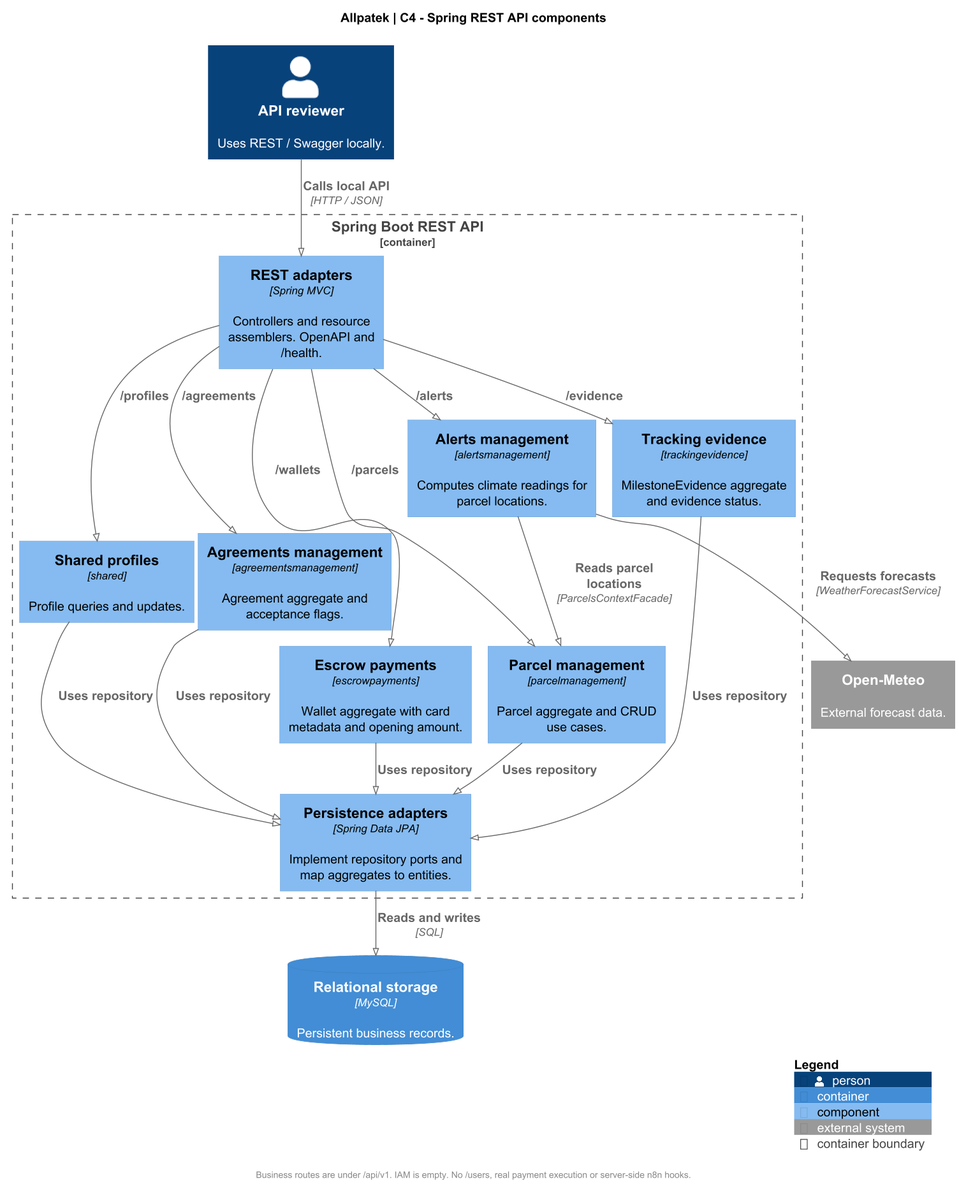
This is assets/chapter-04/architecture/04-api-components.png from upc-pre-202620-1asi0729-7753-Terranova/allpatek-report, a PlantUML export, as it was before one commit.
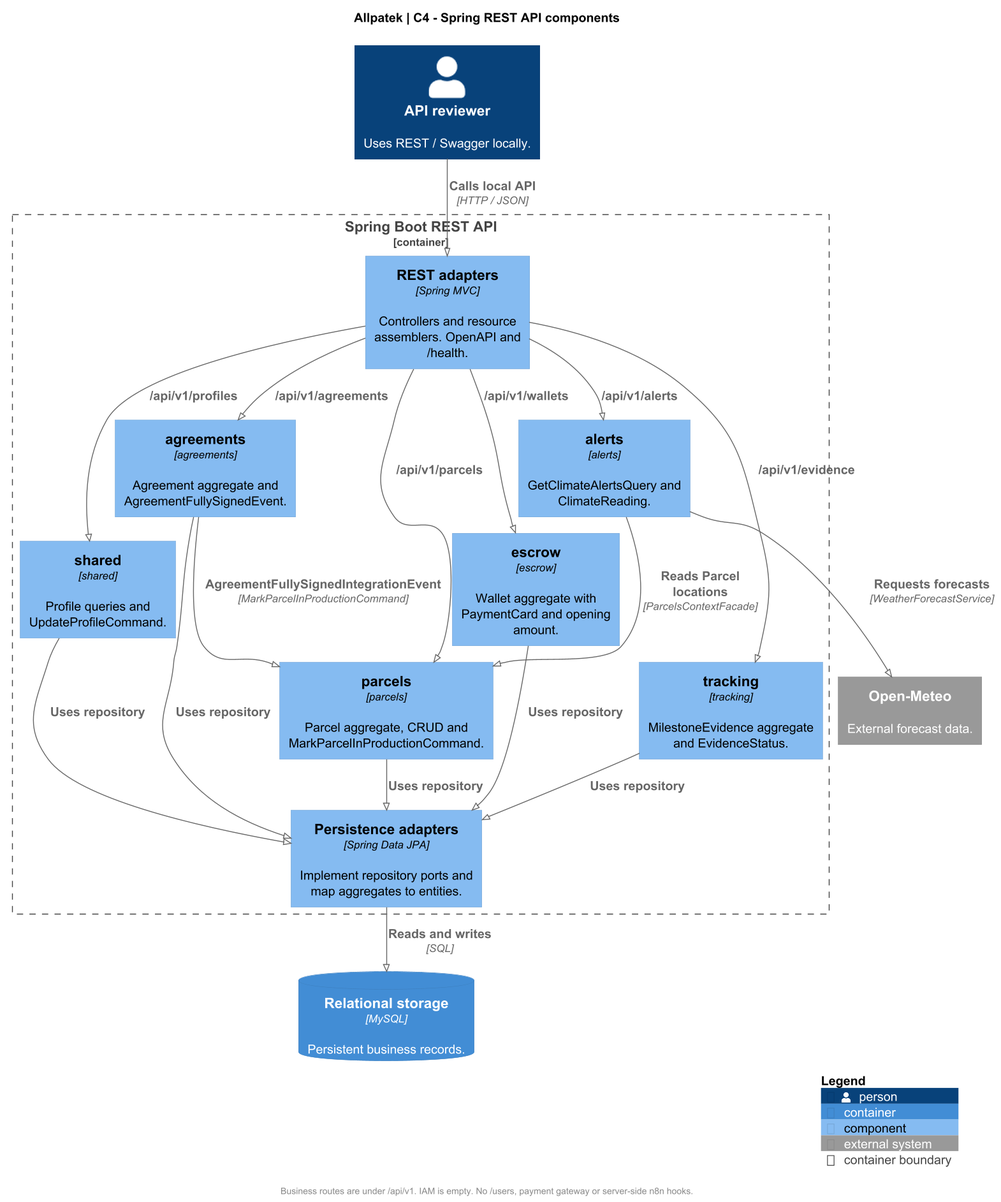
After the commit.

Commit message:
docs(architecture): map Spring C4 components to Java packages

Diff of the diagram source:
```diff
@@ -14,12 +14,12 @@
 
 Container_Boundary(api, "Spring Boot REST API") {
   Component(rest, "REST adapters", "Spring MVC", "Controllers and resource assemblers. OpenAPI and /health.")
-  Component(profiles, "Shared profiles", "shared", "Profile queries and updates.")
-  Component(land, "Parcel management", "parcelmanagement", "Parcel aggregate and CRUD use cases.")
-  Component(agreements, "Agreements management", "agreementsmanagement", "Agreement aggregate and acceptance flags.")
-  Component(wallets, "Escrow payments", "escrowpayments", "Wallet aggregate with card metadata and opening amount.")
-  Component(evidence, "Tracking evidence", "trackingevidence", "MilestoneEvidence aggregate and evidence status.")
-  Component(alerts, "Alerts management", "alertsmanagement", "Computes climate readings for parcel locations.")
+  Component(profiles, "shared", "shared", "Profile queries and UpdateProfileCommand.")
+  Component(land, "parcels", "parcels", "Parcel aggregate, CRUD and MarkParcelInProductionCommand.")
+  Component(agreements, "agreements", "agreements", "Agreement aggregate and AgreementFullySignedEvent.")
+  Component(wallets, "escrow", "escrow", "Wallet aggregate with PaymentCard and opening amount.")
+  Component(evidence, "tracking", "tracking", "MilestoneEvidence aggregate and EvidenceStatus.")
+  Component(alerts, "alerts", "alerts", "GetClimateAlertsQuery and ClimateReading.")
   Component(persistence, "Persistence adapters", "Spring Data JPA", "Implement repository ports and map aggregates to entities.")
 }
 
@@ -27,22 +27,23 @@
 System_Ext(weather, "Open-Meteo", "External forecast data.")
 
 Rel(reviewer, rest, "Calls local API", "HTTP / JSON")
-Rel(rest, profiles, "/profiles")
-Rel(rest, land, "/parcels")
-Rel(rest, agreements, "/agreements")
-Rel(rest, wallets, "/wallets")
-Rel(rest, evidence, "/evidence")
-Rel(rest, alerts, "/alerts")
+Rel(rest, profiles, "/api/v1/profiles")
+Rel(rest, land, "/api/v1/parcels")
+Rel(rest, agreements, "/api/v1/agreements")
+Rel(rest, wallets, "/api/v1/wallets")
+Rel(rest, evidence, "/api/v1/evidence")
+Rel(rest, alerts, "/api/v1/alerts")
 
 Rel(profiles, persistence, "Uses repository")
 Rel(land, persistence, "Uses repository")
 Rel(agreements, persistence, "Uses repository")
 Rel(wallets, persistence, "Uses repository")
 Rel(evidence, persistence, "Uses repository")
-Rel(alerts, land, "Reads parcel locations", "ParcelsContextFacade")
+Rel(agreements, land, "AgreementFullySignedIntegrationEvent", "MarkParcelInProductionCommand")
+Rel(alerts, land, "Reads Parcel locations", "ParcelsContextFacade")
 Rel(alerts, weather, "Requests forecasts", "WeatherForecastService")
 Rel(persistence, db, "Reads and writes", "SQL")
 
-footer Business routes are under /api/v1. IAM is empty. No /users, real payment execution or server-side n8n hooks.
+footer Business routes are under /api/v1. IAM is empty. No /users, payment gateway or server-side n8n hooks.
 SHOW_LEGEND()
 @enduml
```
